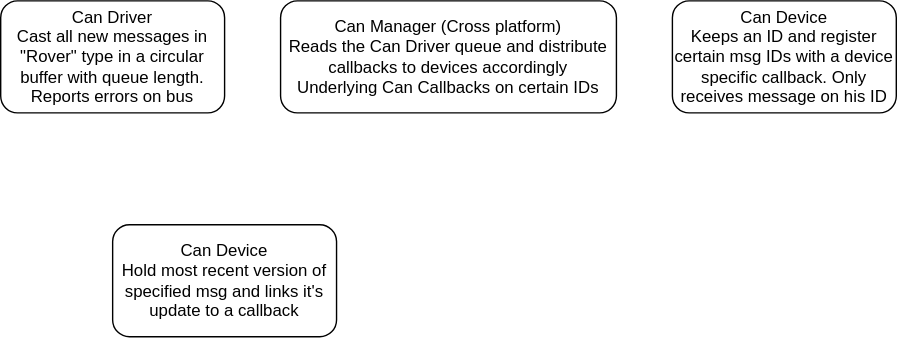
Before: doc/prog/projects/can/canbus-flow.svg, a diagram exported from draw.io (robotique-udes/rover_documentation). Source tidied: cells renumbered, new cells last; positions are measured from the earlier drawing's top-left corner, leaving out a move shared by most shapes.
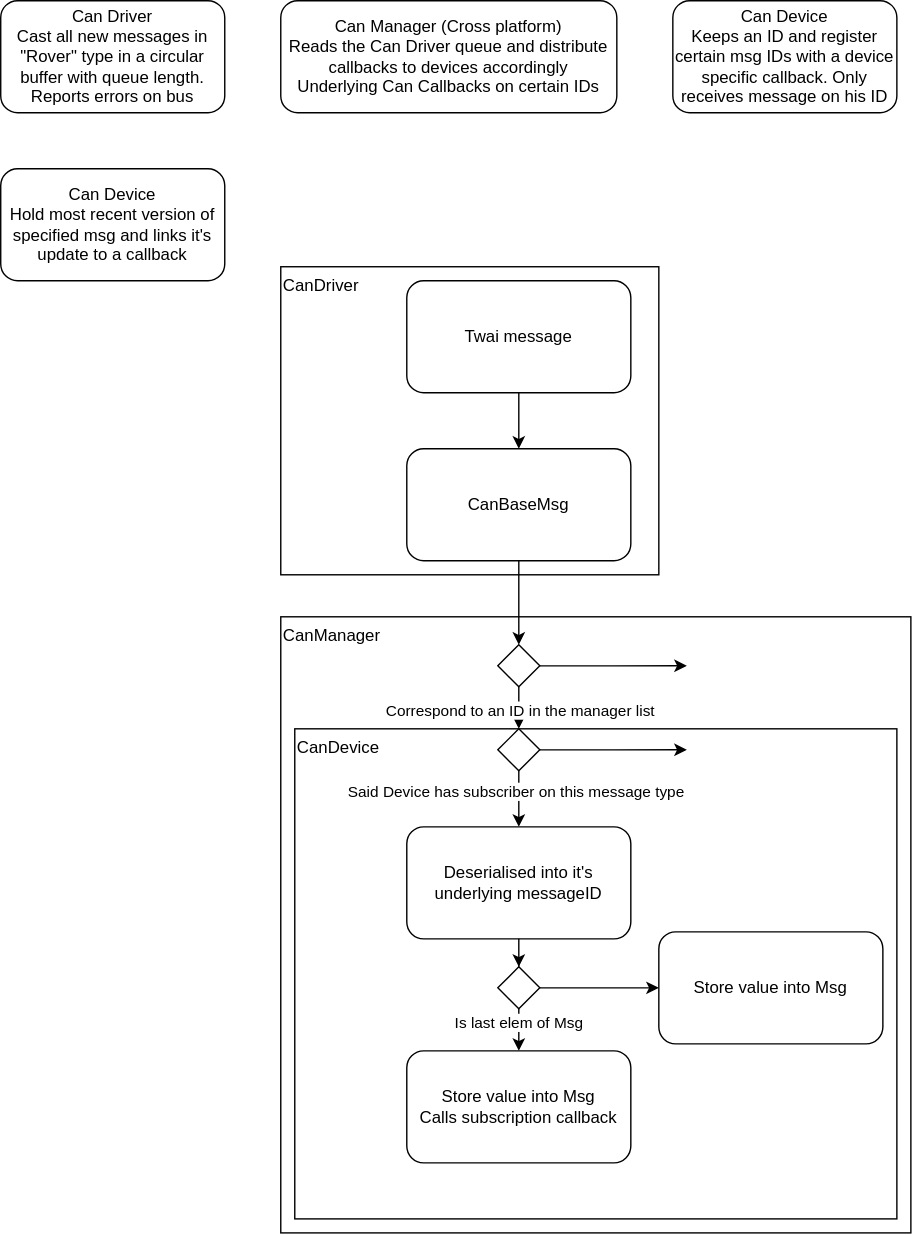
After the change.

The edit, as a diff of the source:
```diff
@@ -2,6 +2,15 @@
   <root>
     <mxCell id="0" />
     <mxCell id="1" parent="0" />
+    <mxCell id="6" value="CanManager" style="rounded=0;whiteSpace=wrap;html=1;align=left;verticalAlign=top;" parent="1" vertex="1">
+      <mxGeometry x="200" y="440" width="450" height="440" as="geometry" />
+    </mxCell>
+    <mxCell id="7" value="CanDevice" style="rounded=0;whiteSpace=wrap;html=1;align=left;verticalAlign=top;" parent="1" vertex="1">
+      <mxGeometry x="210" y="520" width="430" height="350" as="geometry" />
+    </mxCell>
+    <mxCell id="8" value="CanDriver" style="rounded=0;whiteSpace=wrap;html=1;align=left;verticalAlign=top;" parent="1" vertex="1">
+      <mxGeometry x="200" y="190" width="270" height="220" as="geometry" />
+    </mxCell>
     <mxCell id="2" value="Can Driver&lt;div&gt;Cast all new messages in &quot;Rover&quot; type in a circular buffer with queue length. Reports errors on bus&lt;/div&gt;" style="rounded=1;whiteSpace=wrap;html=1;" parent="1" vertex="1">
       <mxGeometry width="160" height="80" as="geometry" />
     </mxCell>
@@ -12,7 +21,83 @@
       <mxGeometry x="480" width="160" height="80" as="geometry" />
     </mxCell>
     <mxCell id="5" value="Can Device&lt;div&gt;Hold most recent version of specified msg and links it's update to a callback&lt;/div&gt;" style="rounded=1;whiteSpace=wrap;html=1;" parent="1" vertex="1">
-      <mxGeometry x="80" y="160" width="160" height="80" as="geometry" />
+      <mxGeometry y="120" width="160" height="80" as="geometry" />
     </mxCell>
+    <mxCell id="9" style="edgeStyle=orthogonalEdgeStyle;rounded=0;jettySize=auto;html=1;" parent="1" edge="1" source="10">
+      <mxGeometry relative="1" as="geometry">
+        <mxPoint x="370" y="320" as="targetPoint" />
+      </mxGeometry>
+    </mxCell>
+    <mxCell id="10" value="Twai message" style="rounded=1;whiteSpace=wrap;html=1;" parent="1" vertex="1">
+      <mxGeometry x="290" y="200" width="160" height="80" as="geometry" />
+    </mxCell>
+    <mxCell id="11" style="edgeStyle=orthogonalEdgeStyle;rounded=0;jettySize=auto;html=1;entryX=0.5;entryY=0;entryDx=0;entryDy=0;" parent="1" edge="1" source="12" target="16">
+      <mxGeometry relative="1" as="geometry" />
+    </mxCell>
+    <mxCell id="12" value="CanBaseMsg" style="rounded=1;whiteSpace=wrap;html=1;" parent="1" vertex="1">
+      <mxGeometry x="290" y="320" width="160" height="80" as="geometry" />
+    </mxCell>
+    <mxCell id="13" style="edgeStyle=orthogonalEdgeStyle;rounded=0;jettySize=auto;html=1;" parent="1" edge="1" source="16">
+      <mxGeometry relative="1" as="geometry">
+        <mxPoint x="370" y="520" as="targetPoint" />
+      </mxGeometry>
+    </mxCell>
+    <mxCell id="14" value="Correspond to an ID in the manager list" style="edgeLabel;html=1;align=center;verticalAlign=middle;" parent="13" vertex="1">
+      <mxGeometry x="0.37" relative="1" as="geometry">
+        <mxPoint y="-4" as="offset" />
+      </mxGeometry>
+    </mxCell>
+    <mxCell id="15" style="edgeStyle=orthogonalEdgeStyle;rounded=0;jettySize=auto;html=1;" parent="1" edge="1" source="16">
+      <mxGeometry relative="1" as="geometry">
+        <mxPoint x="490" y="475" as="targetPoint" />
+      </mxGeometry>
+    </mxCell>
+    <mxCell id="16" style="rhombus;whiteSpace=wrap;html=1;" parent="1" vertex="1">
+      <mxGeometry x="355" y="460" width="30" height="30" as="geometry" />
+    </mxCell>
+    <mxCell id="17" style="edgeStyle=orthogonalEdgeStyle;rounded=0;jettySize=auto;html=1;" parent="1" edge="1" source="20">
+      <mxGeometry relative="1" as="geometry">
+        <mxPoint x="490" y="535" as="targetPoint" />
+      </mxGeometry>
+    </mxCell>
+    <mxCell id="18" style="edgeStyle=orthogonalEdgeStyle;rounded=0;jettySize=auto;html=1;" parent="1" edge="1" source="20">
+      <mxGeometry relative="1" as="geometry">
+        <mxPoint x="370" y="590" as="targetPoint" />
+      </mxGeometry>
+    </mxCell>
+    <mxCell id="19" value="Said Device has subscriber on this message type" style="edgeLabel;html=1;align=center;verticalAlign=middle;" parent="18" vertex="1">
+      <mxGeometry x="-0.28" y="-2" relative="1" as="geometry" />
+    </mxCell>
+    <mxCell id="20" style="rhombus;whiteSpace=wrap;html=1;" parent="1" vertex="1">
+      <mxGeometry x="355" y="520" width="30" height="30" as="geometry" />
+    </mxCell>
+    <mxCell id="21" value="Deserialised into it's underlying messageID" style="rounded=1;whiteSpace=wrap;html=1;" parent="1" vertex="1">
+      <mxGeometry x="290" y="590" width="160" height="80" as="geometry" />
+    </mxCell>
+    <mxCell id="22" style="edgeStyle=orthogonalEdgeStyle;rounded=0;jettySize=auto;html=1;" parent="1" edge="1" source="27" target="24">
+      <mxGeometry relative="1" as="geometry" />
+    </mxCell>
+    <mxCell id="23" value="Is last elem of Msg" style="edgeLabel;html=1;align=center;verticalAlign=middle;" parent="22" vertex="1">
+      <mxGeometry x="0.53" relative="1" as="geometry">
+        <mxPoint y="-8" as="offset" />
+      </mxGeometry>
+    </mxCell>
+    <mxCell id="24" value="Store value into Msg&lt;br&gt;Calls subscription callback" style="rounded=1;whiteSpace=wrap;html=1;" parent="1" vertex="1">
+      <mxGeometry x="290" y="750" width="160" height="80" as="geometry" />
+    </mxCell>
+    <mxCell id="25" style="edgeStyle=orthogonalEdgeStyle;rounded=0;jettySize=auto;html=1;exitX=0.5;exitY=1;exitDx=0;exitDy=0;" parent="1" edge="1" source="21" target="27">
+      <mxGeometry relative="1" as="geometry" />
+    </mxCell>
+    <mxCell id="26" style="edgeStyle=orthogonalEdgeStyle;rounded=0;jettySize=auto;html=1;" parent="1" edge="1" source="27">
+      <mxGeometry relative="1" as="geometry">
+        <mxPoint x="470" y="705" as="targetPoint" />
+      </mxGeometry>
+    </mxCell>
+    <mxCell id="27" style="rhombus;whiteSpace=wrap;html=1;" parent="1" vertex="1">
+      <mxGeometry x="355" y="690" width="30" height="30" as="geometry" />
+    </mxCell>
+    <mxCell id="28" value="Store value into Msg" style="rounded=1;whiteSpace=wrap;html=1;" parent="1" vertex="1">
+      <mxGeometry x="470" y="665" width="160" height="80" as="geometry" />
+    </mxCell>
   </root>
 </mxGraphModel>
```
